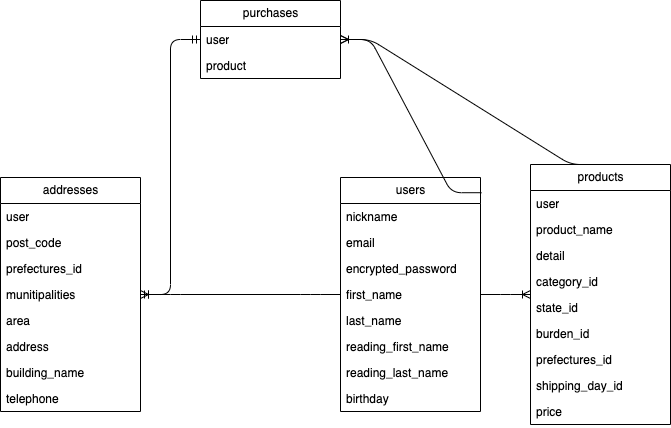
Before: FurimaER.png, a diagram exported from draw.io (someno-kaede/furima-39613). Source tidied: cells renumbered, new cells last; positions are measured from the earlier drawing's top-left corner, leaving out a move shared by most shapes.
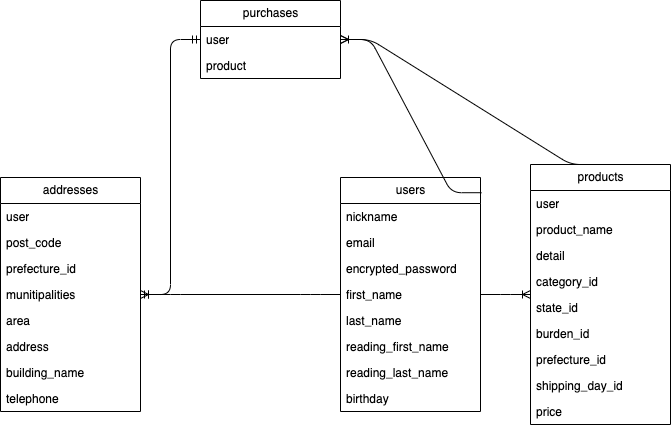
After the change.

The edit, as a diff of the source:
```diff
@@ -50,7 +50,7 @@
     <mxCell id="17" value="burden_id" style="text;strokeColor=none;fillColor=none;align=left;verticalAlign=top;spacingLeft=4;spacingRight=4;overflow=hidden;whiteSpace=wrap;html=1;" parent="11" vertex="1">
       <mxGeometry y="156" width="140" height="26" as="geometry" />
     </mxCell>
-    <mxCell id="18" value="prefectures_id" style="text;strokeColor=none;fillColor=none;align=left;verticalAlign=top;spacingLeft=4;spacingRight=4;overflow=hidden;whiteSpace=wrap;html=1;" parent="11" vertex="1">
+    <mxCell id="18" value="prefecture_id" style="text;strokeColor=none;fillColor=none;align=left;verticalAlign=top;spacingLeft=4;spacingRight=4;overflow=hidden;whiteSpace=wrap;html=1;" parent="11" vertex="1">
       <mxGeometry y="182" width="140" height="26" as="geometry" />
     </mxCell>
     <mxCell id="19" value="shipping_day_id" style="text;strokeColor=none;fillColor=none;align=left;verticalAlign=top;spacingLeft=4;spacingRight=4;overflow=hidden;whiteSpace=wrap;html=1;" parent="11" vertex="1">
@@ -77,7 +77,7 @@
     <mxCell id="26" value="post_code" style="text;strokeColor=none;fillColor=none;align=left;verticalAlign=top;spacingLeft=4;spacingRight=4;overflow=hidden;whiteSpace=wrap;html=1;" parent="24" vertex="1">
       <mxGeometry y="52" width="140" height="26" as="geometry" />
     </mxCell>
-    <mxCell id="27" value="prefectures_id" style="text;strokeColor=none;fillColor=none;align=left;verticalAlign=top;spacingLeft=4;spacingRight=4;overflow=hidden;whiteSpace=wrap;html=1;" parent="24" vertex="1">
+    <mxCell id="27" value="prefecture_id" style="text;strokeColor=none;fillColor=none;align=left;verticalAlign=top;spacingLeft=4;spacingRight=4;overflow=hidden;whiteSpace=wrap;html=1;" parent="24" vertex="1">
       <mxGeometry y="78" width="140" height="26" as="geometry" />
     </mxCell>
     <mxCell id="28" value="munitipalities" style="text;strokeColor=none;fillColor=none;align=left;verticalAlign=top;spacingLeft=4;spacingRight=4;overflow=hidden;whiteSpace=wrap;html=1;" parent="24" vertex="1">
```
